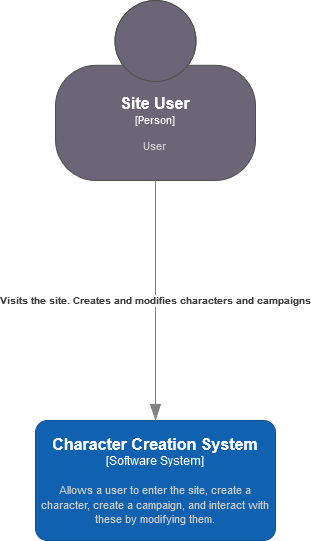
CryptidRegrex/semesterProject keeps this draw.io diagram as docs/images/SystemContextDND.drawio.png. Above is the earlier version. Source tidied: cells renumbered, new cells last; positions are measured from the earlier drawing's top-left corner, leaving out a move shared by most shapes. The source it was exported from:
```xml
<mxGraphModel>
  <root>
    <mxCell id="0" />
    <mxCell id="1" parent="0" />
    <object id="2" label="&lt;font style=&quot;font-size: 16px&quot;&gt;&lt;b&gt;%c4Name%&lt;/b&gt;&lt;/font&gt;&lt;div&gt;[%c4Type%]&lt;/div&gt;&lt;br&gt;&lt;div&gt;&lt;font style=&quot;font-size: 11px&quot;&gt;&lt;font color=&quot;#cccccc&quot;&gt;%c4Description%&lt;/font&gt;&lt;/div&gt;" c4Description="User" c4Name="Site User" c4Type="Person" placeholders="1">
      <mxCell style="html=1;fontSize=11;dashed=0;whiteSpace=wrap;fillColor=#6C6477;strokeColor=#4D4D4D;fontColor=#ffffff;shape=mxgraph.c4.person2;align=center;points=[[0.5,0,0],[1,0.5,0],[1,0.75,0],[0.75,1,0],[0.5,1,0],[0.25,1,0],[0,0.75,0],[0,0.5,0]];" parent="1" vertex="1">
        <mxGeometry x="20" width="200" height="180" as="geometry" />
      </mxCell>
    </object>
    <object id="3" label="&lt;font style=&quot;font-size: 16px&quot;&gt;&lt;b&gt;%c4Name%&lt;/b&gt;&lt;/font&gt;&lt;div&gt;[%c4Type%]&lt;/div&gt;&lt;br&gt;&lt;div&gt;&lt;font style=&quot;font-size: 11px&quot;&gt;&lt;font color=&quot;#cccccc&quot;&gt;%c4Description%&lt;/font&gt;&lt;/div&gt;" c4Description="Allows a user to enter the site, create a character, create a campaign, and interact with these by modifying them." c4Name="Character Creation System" c4Type="Software System" placeholders="1">
      <mxCell style="rounded=1;whiteSpace=wrap;html=1;labelBackgroundColor=none;fillColor=#1061B0;fontColor=#ffffff;align=center;arcSize=10;strokeColor=#0D5091;points=[[0.25,0,0],[0.5,0,0],[0.75,0,0],[1,0.25,0],[1,0.5,0],[1,0.75,0],[0.75,1,0],[0.5,1,0],[0.25,1,0],[0,0.75,0],[0,0.5,0],[0,0.25,0]];" parent="1" vertex="1">
        <mxGeometry y="420" width="240" height="120" as="geometry" />
      </mxCell>
    </object>
    <object id="4" label="&lt;div style=&quot;text-align: left&quot;&gt;&lt;div style=&quot;text-align: center&quot;&gt;&lt;b&gt;%c4Description%&lt;/b&gt;&lt;/div&gt;" c4Description="Visits the site. Creates and modifies characters and campaigns" c4Type="Relationship" placeholders="1">
      <mxCell style="endArrow=blockThin;html=1;fontSize=10;fontColor=#404040;strokeWidth=1;endFill=1;strokeColor=#828282;elbow=vertical;endSize=14;startSize=14;jumpStyle=arc;jumpSize=16;rounded=0;edgeStyle=orthogonalEdgeStyle;exitX=0.5;exitY=1;exitDx=0;exitDy=0;exitPerimeter=0;entryX=0.5;entryY=0;entryDx=0;entryDy=0;entryPerimeter=0;" parent="1" edge="1" source="2" target="3">
        <mxGeometry relative="1" as="geometry" />
      </mxCell>
    </object>
  </root>
</mxGraphModel>
```
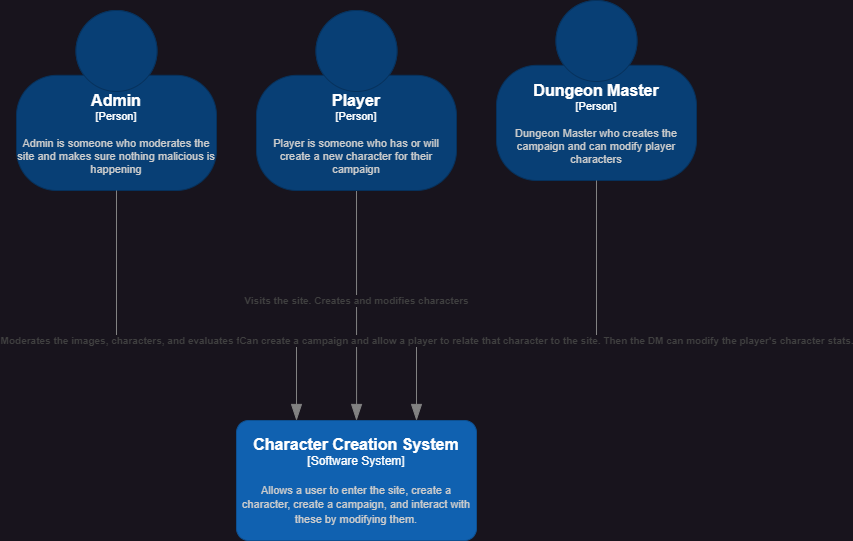
Above is the later version.

The edit, as a diff of the source:
```diff
@@ -2,20 +2,52 @@
   <root>
     <mxCell id="0" />
     <mxCell id="1" parent="0" />
-    <object id="2" label="&lt;font style=&quot;font-size: 16px&quot;&gt;&lt;b&gt;%c4Name%&lt;/b&gt;&lt;/font&gt;&lt;div&gt;[%c4Type%]&lt;/div&gt;&lt;br&gt;&lt;div&gt;&lt;font style=&quot;font-size: 11px&quot;&gt;&lt;font color=&quot;#cccccc&quot;&gt;%c4Description%&lt;/font&gt;&lt;/div&gt;" c4Description="User" c4Name="Site User" c4Type="Person" placeholders="1">
-      <mxCell style="html=1;fontSize=11;dashed=0;whiteSpace=wrap;fillColor=#6C6477;strokeColor=#4D4D4D;fontColor=#ffffff;shape=mxgraph.c4.person2;align=center;points=[[0.5,0,0],[1,0.5,0],[1,0.75,0],[0.75,1,0],[0.5,1,0],[0.25,1,0],[0,0.75,0],[0,0.5,0]];" parent="1" vertex="1">
-        <mxGeometry x="20" width="200" height="180" as="geometry" />
-      </mxCell>
-    </object>
     <object id="3" label="&lt;font style=&quot;font-size: 16px&quot;&gt;&lt;b&gt;%c4Name%&lt;/b&gt;&lt;/font&gt;&lt;div&gt;[%c4Type%]&lt;/div&gt;&lt;br&gt;&lt;div&gt;&lt;font style=&quot;font-size: 11px&quot;&gt;&lt;font color=&quot;#cccccc&quot;&gt;%c4Description%&lt;/font&gt;&lt;/div&gt;" c4Description="Allows a user to enter the site, create a character, create a campaign, and interact with these by modifying them." c4Name="Character Creation System" c4Type="Software System" placeholders="1">
       <mxCell style="rounded=1;whiteSpace=wrap;html=1;labelBackgroundColor=none;fillColor=#1061B0;fontColor=#ffffff;align=center;arcSize=10;strokeColor=#0D5091;points=[[0.25,0,0],[0.5,0,0],[0.75,0,0],[1,0.25,0],[1,0.5,0],[1,0.75,0],[0.75,1,0],[0.5,1,0],[0.25,1,0],[0,0.75,0],[0,0.5,0],[0,0.25,0]];" parent="1" vertex="1">
         <mxGeometry y="420" width="240" height="120" as="geometry" />
       </mxCell>
     </object>
-    <object id="4" label="&lt;div style=&quot;text-align: left&quot;&gt;&lt;div style=&quot;text-align: center&quot;&gt;&lt;b&gt;%c4Description%&lt;/b&gt;&lt;/div&gt;" c4Description="Visits the site. Creates and modifies characters and campaigns" c4Type="Relationship" placeholders="1">
-      <mxCell style="endArrow=blockThin;html=1;fontSize=10;fontColor=#404040;strokeWidth=1;endFill=1;strokeColor=#828282;elbow=vertical;endSize=14;startSize=14;jumpStyle=arc;jumpSize=16;rounded=0;edgeStyle=orthogonalEdgeStyle;exitX=0.5;exitY=1;exitDx=0;exitDy=0;exitPerimeter=0;entryX=0.5;entryY=0;entryDx=0;entryDy=0;entryPerimeter=0;" parent="1" edge="1" source="2" target="3">
-        <mxGeometry relative="1" as="geometry" />
+    <object id="4" label="&lt;div style=&quot;text-align: left&quot;&gt;&lt;div style=&quot;text-align: center&quot;&gt;&lt;b&gt;%c4Description%&lt;/b&gt;&lt;/div&gt;" c4Description="Visits the site. Creates and modifies characters" c4Type="Relationship" placeholders="1">
+      <mxCell style="endArrow=blockThin;html=1;fontSize=10;fontColor=#404040;strokeWidth=1;endFill=1;strokeColor=#828282;elbow=vertical;endSize=14;startSize=14;jumpStyle=arc;jumpSize=16;rounded=0;edgeStyle=orthogonalEdgeStyle;exitX=0.5;exitY=1;exitDx=0;exitDy=0;exitPerimeter=0;entryX=0.5;entryY=0;entryDx=0;entryDy=0;entryPerimeter=0;" parent="1" edge="1" target="3">
+        <mxGeometry relative="1" as="geometry">
+          <mxPoint x="120" y="180" as="sourcePoint" />
+        </mxGeometry>
       </mxCell>
     </object>
+    <object id="5" label="&lt;font style=&quot;font-size: 16px&quot;&gt;&lt;b&gt;%c4Name%&lt;/b&gt;&lt;/font&gt;&lt;div&gt;[%c4Type%]&lt;/div&gt;&lt;br&gt;&lt;div&gt;&lt;font style=&quot;font-size: 11px&quot;&gt;&lt;font color=&quot;#cccccc&quot;&gt;%c4Description%&lt;/font&gt;&lt;/div&gt;" c4Description="Player is someone who has or will create a new character for their campaign" c4Name="Player" c4Type="Person" placeholders="1">
+      <mxCell style="html=1;fontSize=11;dashed=0;whiteSpace=wrap;fillColor=#083F75;strokeColor=#06315C;fontColor=#ffffff;shape=mxgraph.c4.person2;align=center;" parent="1" vertex="1">
+        <mxGeometry x="20" y="10" width="200" height="180" as="geometry" />
+      </mxCell>
+    </object>
+    <object id="6" label="&lt;font style=&quot;font-size: 16px&quot;&gt;&lt;b&gt;%c4Name%&lt;/b&gt;&lt;/font&gt;&lt;div&gt;[%c4Type%]&lt;/div&gt;&lt;br&gt;&lt;div&gt;&lt;font style=&quot;font-size: 11px&quot;&gt;&lt;font color=&quot;#cccccc&quot;&gt;%c4Description%&lt;/font&gt;&lt;/div&gt;" c4Description="Admin is someone who moderates the site and makes sure nothing malicious is happening" c4Name="Admin" c4Type="Person" placeholders="1">
+      <mxCell style="html=1;fontSize=11;dashed=0;whiteSpace=wrap;fillColor=#083F75;strokeColor=#06315C;fontColor=#ffffff;shape=mxgraph.c4.person2;align=center;points=[[0.5,0,0],[1,0.5,0],[1,0.75,0],[0.75,1,0],[0.5,1,0],[0.25,1,0],[0,0.75,0],[0,0.5,0]];" parent="1" vertex="1">
+        <mxGeometry x="-220" y="10" width="200" height="180" as="geometry" />
+      </mxCell>
+    </object>
+    <object id="7" label="&lt;font style=&quot;font-size: 16px&quot;&gt;&lt;b&gt;%c4Name%&lt;/b&gt;&lt;/font&gt;&lt;div&gt;[%c4Type%]&lt;/div&gt;&lt;br&gt;&lt;div&gt;&lt;font style=&quot;font-size: 11px&quot;&gt;&lt;font color=&quot;#cccccc&quot;&gt;%c4Description%&lt;/font&gt;&lt;/div&gt;" c4Description="Dungeon Master who creates the campaign and can modify player characters" c4Name="Dungeon Master" c4Type="Person" placeholders="1">
+      <mxCell style="html=1;fontSize=11;dashed=0;whiteSpace=wrap;fillColor=#083F75;strokeColor=#06315C;fontColor=#ffffff;shape=mxgraph.c4.person2;align=center;points=[[0.5,0,0],[1,0.5,0],[1,0.75,0],[0.75,1,0],[0.5,1,0],[0.25,1,0],[0,0.75,0],[0,0.5,0]];" parent="1" vertex="1">
+        <mxGeometry x="260" width="200" height="180" as="geometry" />
+      </mxCell>
+    </object>
+    <object id="8" label="&lt;div style=&quot;text-align: left&quot;&gt;&lt;div style=&quot;text-align: center&quot;&gt;&lt;b&gt;%c4Description%&lt;/b&gt;&lt;/div&gt;" c4Description="Moderates the images, characters, and evaluates for misues on the site." c4Type="Relationship" placeholders="1">
+      <mxCell style="endArrow=blockThin;html=1;fontSize=10;fontColor=#404040;strokeWidth=1;endFill=1;strokeColor=#828282;elbow=vertical;endSize=14;startSize=14;jumpStyle=arc;jumpSize=16;rounded=0;edgeStyle=orthogonalEdgeStyle;exitX=0.5;exitY=1;exitDx=0;exitDy=0;exitPerimeter=0;entryX=0.25;entryY=0;entryDx=0;entryDy=0;entryPerimeter=0;" parent="1" edge="1" source="6" target="3">
+        <mxGeometry relative="1" as="geometry">
+          <Array as="points">
+            <mxPoint x="-120" y="340" />
+            <mxPoint x="60" y="340" />
+          </Array>
+        </mxGeometry>
+      </mxCell>
+    </object>
+    <object id="9" label="&lt;div style=&quot;text-align: left&quot;&gt;&lt;div style=&quot;text-align: center&quot;&gt;&lt;b&gt;%c4Description%&lt;/b&gt;&lt;/div&gt;" c4Description="Can create a campaign and allow a player to relate that character to the site. Then the DM can modify the player's character stats." c4Type="Relationship" placeholders="1">
+      <mxCell style="endArrow=blockThin;html=1;fontSize=10;fontColor=#404040;strokeWidth=1;endFill=1;strokeColor=#828282;elbow=vertical;endSize=14;startSize=14;jumpStyle=arc;jumpSize=16;rounded=0;edgeStyle=orthogonalEdgeStyle;exitX=0.5;exitY=1;exitDx=0;exitDy=0;exitPerimeter=0;entryX=0.75;entryY=0;entryDx=0;entryDy=0;entryPerimeter=0;" parent="1" edge="1" source="7" target="3">
+        <mxGeometry relative="1" as="geometry">
+          <Array as="points">
+            <mxPoint x="360" y="340" />
+            <mxPoint x="180" y="340" />
+          </Array>
+        </mxGeometry>
+      </mxCell>
+    </object>
   </root>
 </mxGraphModel>
```
